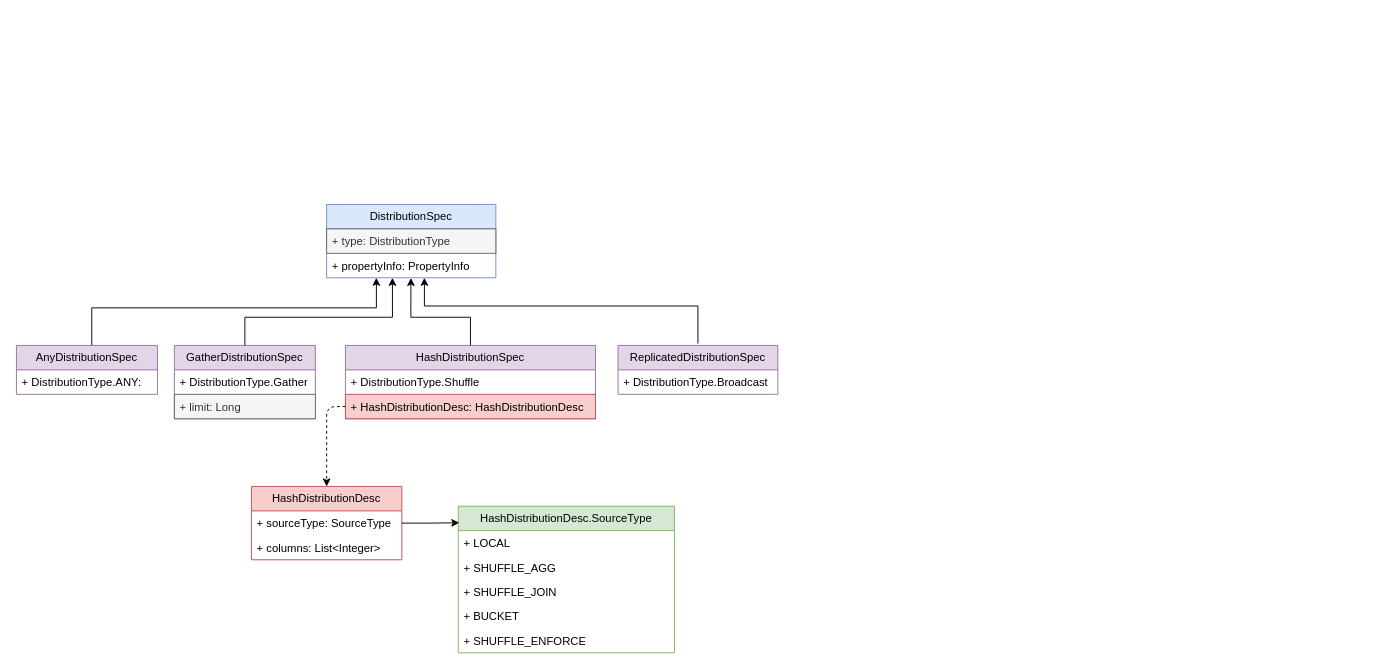
szza/szza.github.io.images keeps this draw.io diagram as StarRocks/CBO/DistributionSpec.drawio. Above is the earlier version. Source tidied: cells renumbered, new cells numbered last; positions are measured from the earlier drawing's top-left corner, leaving out a move shared by most shapes. Both pictures are drawn from the tidied source at 94%, with x=0, y=0 at pixel (16, 204).
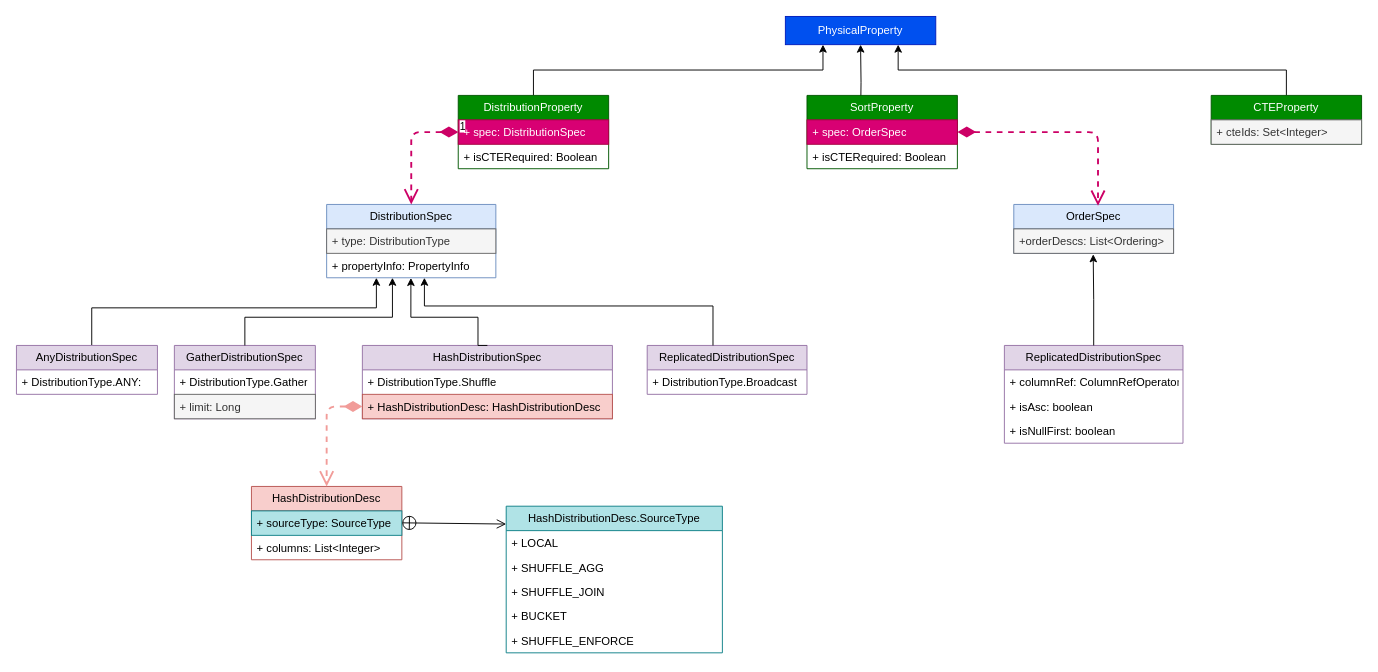
After the change.

The change refers to these unchanged cells:
```xml
<mxCell id="2" value="DistributionSpec" style="swimlane;fontStyle=0;horizontal=1;startSize=26;fillColor=#dae8fc;whiteSpace=wrap;html=1;strokeColor=#6c8ebf;" parent="1" vertex="1">
  <mxGeometry x="330" width="180" height="78" as="geometry" />
</mxCell>
<mxCell id="4" value="+ propertyInfo: PropertyInfo" style="text;strokeColor=none;fillColor=none;align=left;verticalAlign=top;spacingLeft=4;spacingRight=4;overflow=hidden;points=[[0,0.5],[1,0.5]];portConstraint=eastwest;whiteSpace=wrap;html=1;" parent="2" vertex="1">
  <mxGeometry y="52" width="180" height="26" as="geometry" />
</mxCell>
<mxCell id="12" value="+ HashDistributionDesc:&amp;nbsp;HashDistributionDesc" style="text;strokeColor=#b85450;fillColor=#f8cecc;align=left;verticalAlign=top;spacingLeft=4;spacingRight=4;overflow=hidden;points=[[0,0.5],[1,0.5]];portConstraint=eastwest;whiteSpace=wrap;html=1;" parent="10" vertex="1">
  <mxGeometry y="52" width="266" height="26" as="geometry" />
</mxCell>
<mxCell id="19" value="HashDistributionDesc" style="swimlane;fontStyle=0;horizontal=1;startSize=26;fillColor=#f8cecc;whiteSpace=wrap;html=1;strokeColor=#b85450;" parent="1" vertex="1">
  <mxGeometry x="250" y="300" width="160" height="78" as="geometry" />
</mxCell>
```

Change to the diagram source:
```diff
@@
     <mxCell id="10" value="HashDistributionSpec" style="swimlane;fontStyle=0;horizontal=1;startSize=26;fillColor=#e1d5e7;whiteSpace=wrap;html=1;strokeColor=#9673a6;" parent="1" vertex="1">
-      <mxGeometry x="350" y="150" width="266" height="78" as="geometry" />
+      <mxGeometry x="368" y="150" width="266" height="78" as="geometry" />
     </mxCell>
@@
     <mxCell id="13" value="ReplicatedDistributionSpec" style="swimlane;fontStyle=0;horizontal=1;startSize=26;fillColor=#e1d5e7;whiteSpace=wrap;html=1;strokeColor=#9673a6;" parent="1" vertex="1">
-      <mxGeometry x="640" y="150" width="170" height="52" as="geometry" />
+      <mxGeometry x="671" y="150" width="170" height="52" as="geometry" />
     </mxCell>
@@
     <mxCell id="17" style="edgeStyle=orthogonalEdgeStyle;rounded=0;jettySize=auto;html=1;exitX=0.5;exitY=0;exitDx=0;exitDy=0;entryX=0.498;entryY=1.008;entryDx=0;entryDy=0;entryPerimeter=0;" parent="1" edge="1" source="10" target="4">
       <mxGeometry relative="1" as="geometry">
         <Array as="points">
-          <mxPoint x="483" y="120" />
+          <mxPoint x="491" y="150" />
+          <mxPoint x="491" y="120" />
           <mxPoint x="420" y="120" />
         </Array>
       </mxGeometry>
     </mxCell>
-    <mxCell id="18" style="edgeStyle=orthogonalEdgeStyle;rounded=0;orthogonalLoop=1;jettySize=auto;html=1;exitX=0.5;exitY=0;exitDx=0;exitDy=0;" parent="1" edge="1">
+    <mxCell id="18" style="edgeStyle=orthogonalEdgeStyle;rounded=0;jettySize=auto;html=1;" parent="1" edge="1" source="13">
       <mxGeometry relative="1" as="geometry">
-        <mxPoint x="725" y="148" as="sourcePoint" />
         <mxPoint x="434" y="78" as="targetPoint" />
         <Array as="points">
-          <mxPoint x="725" y="108" />
+          <mxPoint x="741" y="108" />
           <mxPoint x="434" y="108" />
         </Array>
       </mxGeometry>
     </mxCell>
@@
-    <mxCell id="20" value="+ sourceType: SourceType" style="text;strokeColor=none;fillColor=none;align=left;verticalAlign=top;spacingLeft=4;spacingRight=4;overflow=hidden;points=[[0,0.5],[1,0.5]];portConstraint=eastwest;whiteSpace=wrap;html=1;" parent="19" vertex="1">
+    <mxCell id="20" value="+ sourceType: SourceType" style="text;strokeColor=#0e8088;fillColor=#b0e3e6;align=left;verticalAlign=top;spacingLeft=4;spacingRight=4;overflow=hidden;points=[[0,0.5],[1,0.5]];portConstraint=eastwest;whiteSpace=wrap;html=1;" parent="19" vertex="1">
       <mxGeometry y="26" width="160" height="26" as="geometry" />
     </mxCell>
@@
-    <mxCell id="22" value="HashDistributionDesc.SourceType" style="swimlane;fontStyle=0;horizontal=1;startSize=26;fillColor=#d5e8d4;whiteSpace=wrap;html=1;strokeColor=#82b366;" parent="1" vertex="1">
-      <mxGeometry x="470" y="321" width="230" height="156" as="geometry" />
+    <mxCell id="22" value="HashDistributionDesc.SourceType" style="swimlane;fontStyle=0;horizontal=1;startSize=26;fillColor=#b0e3e6;whiteSpace=wrap;html=1;strokeColor=#0e8088;" parent="1" vertex="1">
+      <mxGeometry x="521" y="321" width="230" height="156" as="geometry" />
     </mxCell>
@@
-    <mxCell id="28" style="edgeStyle=orthogonalEdgeStyle;rounded=1;jettySize=auto;html=1;exitX=0;exitY=0.5;exitDx=0;exitDy=0;entryX=0.5;entryY=0;entryDx=0;entryDy=0;dashed=1;" parent="1" edge="1" source="12" target="19">
-      <mxGeometry relative="1" as="geometry" />
-    </mxCell>
-    <mxCell id="29" style="edgeStyle=orthogonalEdgeStyle;rounded=0;jettySize=auto;html=1;exitX=1;exitY=0.5;exitDx=0;exitDy=0;entryX=0.005;entryY=0.113;entryDx=0;entryDy=0;entryPerimeter=0;" parent="1" edge="1" source="20" target="22">
-      <mxGeometry relative="1" as="geometry" />
-    </mxCell>
+    <mxCell id="30" style="edgeStyle=orthogonalEdgeStyle;rounded=0;jettySize=auto;html=1;exitX=0.5;exitY=0;exitDx=0;exitDy=0;entryX=0.25;entryY=1;entryDx=0;entryDy=0;" parent="1" edge="1" source="31" target="34">
+      <mxGeometry relative="1" as="geometry" />
+    </mxCell>
+    <mxCell id="31" value="DistributionProperty" style="swimlane;fontStyle=0;horizontal=1;startSize=26;fillColor=#008a00;whiteSpace=wrap;html=1;strokeColor=#005700;fontColor=#ffffff;" parent="1" vertex="1">
+      <mxGeometry x="470" y="-116" width="160" height="78" as="geometry" />
+    </mxCell>
+    <mxCell id="32" value="+&amp;nbsp;spec&lt;span style=&quot;background-color: initial;&quot;&gt;:&amp;nbsp;&lt;/span&gt;DistributionSpec" style="text;strokeColor=#A50040;fillColor=#d80073;align=left;verticalAlign=top;spacingLeft=4;spacingRight=4;overflow=hidden;points=[[0,0.5],[1,0.5]];portConstraint=eastwest;whiteSpace=wrap;html=1;fontColor=#ffffff;" parent="31" vertex="1">
+      <mxGeometry y="26" width="160" height="26" as="geometry" />
+    </mxCell>
+    <mxCell id="33" value="+&amp;nbsp;isCTERequired&lt;span style=&quot;background-color: initial;&quot;&gt;: Boolean&lt;/span&gt;" style="text;strokeColor=none;fillColor=none;align=left;verticalAlign=top;spacingLeft=4;spacingRight=4;overflow=hidden;whiteSpace=wrap;html=1;" parent="31" vertex="1">
+      <mxGeometry y="52" width="160" height="26" as="geometry" />
+    </mxCell>
+    <mxCell id="34" value="PhysicalProperty" style="html=1;whiteSpace=wrap;fillColor=#0050ef;strokeColor=#001DBC;fontColor=#ffffff;" parent="1" vertex="1">
+      <mxGeometry x="818" y="-200" width="160" height="30" as="geometry" />
+    </mxCell>
+    <mxCell id="35" style="edgeStyle=orthogonalEdgeStyle;rounded=0;jettySize=auto;html=1;exitX=0.5;exitY=0;exitDx=0;exitDy=0;entryX=0.5;entryY=1;entryDx=0;entryDy=0;" parent="1" edge="1" target="34">
+      <mxGeometry relative="1" as="geometry">
+        <mxPoint x="898" y="-90" as="sourcePoint" />
+      </mxGeometry>
+    </mxCell>
+    <mxCell id="36" value="SortProperty" style="swimlane;fontStyle=0;horizontal=1;startSize=26;fillColor=#008a00;whiteSpace=wrap;html=1;strokeColor=#005700;fontColor=#ffffff;" parent="1" vertex="1">
+      <mxGeometry x="841" y="-116" width="160" height="78" as="geometry" />
+    </mxCell>
+    <mxCell id="37" value="+&amp;nbsp;spec&lt;span style=&quot;background-color: initial;&quot;&gt;: OrderSpec&lt;/span&gt;" style="text;strokeColor=#A50040;fillColor=#d80073;align=left;verticalAlign=top;spacingLeft=4;spacingRight=4;overflow=hidden;whiteSpace=wrap;html=1;fontColor=#ffffff;" parent="36" vertex="1">
+      <mxGeometry y="26" width="160" height="26" as="geometry" />
+    </mxCell>
+    <mxCell id="38" value="+&amp;nbsp;isCTERequired&lt;span style=&quot;background-color: initial;&quot;&gt;: Boolean&lt;/span&gt;" style="text;strokeColor=none;fillColor=none;align=left;verticalAlign=top;spacingLeft=4;spacingRight=4;overflow=hidden;whiteSpace=wrap;html=1;" parent="36" vertex="1">
+      <mxGeometry y="52" width="160" height="26" as="geometry" />
+    </mxCell>
+    <mxCell id="39" style="edgeStyle=orthogonalEdgeStyle;rounded=0;jettySize=auto;html=1;exitX=0.5;exitY=0;exitDx=0;exitDy=0;entryX=0.75;entryY=1;entryDx=0;entryDy=0;" parent="1" edge="1" source="40" target="34">
+      <mxGeometry relative="1" as="geometry" />
+    </mxCell>
+    <mxCell id="40" value="CTEProperty" style="swimlane;fontStyle=0;horizontal=1;startSize=26;fillColor=#008a00;whiteSpace=wrap;html=1;strokeColor=#005700;fontColor=#ffffff;" parent="1" vertex="1">
+      <mxGeometry x="1271" y="-116" width="160" height="52" as="geometry" />
+    </mxCell>
+    <mxCell id="41" value="+&amp;nbsp;cteIds&lt;span style=&quot;background-color: initial;&quot;&gt;: Set&amp;lt;&lt;/span&gt;Integer&amp;gt;" style="text;strokeColor=#666666;fillColor=#f5f5f5;align=left;verticalAlign=top;spacingLeft=4;spacingRight=4;overflow=hidden;whiteSpace=wrap;html=1;fontColor=#333333;" parent="40" vertex="1">
+      <mxGeometry y="26" width="160" height="26" as="geometry" />
+    </mxCell>
+    <mxCell id="42" style="endArrow=open;html=1;endSize=12;startArrow=diamondThin;startSize=14;startFill=1;edgeStyle=orthogonalEdgeStyle;align=left;verticalAlign=bottom;rounded=1;exitX=0;exitY=0.5;exitDx=0;exitDy=0;dashed=1;strokeColor=#F19C99;strokeWidth=2;" parent="1" edge="1" source="12">
+      <mxGeometry x="-1" y="3" relative="1" as="geometry">
+        <mxPoint x="330" y="300" as="targetPoint" />
+        <Array as="points">
+          <mxPoint x="330" y="215" />
+        </Array>
+      </mxGeometry>
+    </mxCell>
+    <mxCell id="43" value="OrderSpec" style="swimlane;fontStyle=0;horizontal=1;startSize=26;fillColor=#dae8fc;whiteSpace=wrap;html=1;strokeColor=#6c8ebf;" parent="1" vertex="1">
+      <mxGeometry x="1061" width="170" height="52" as="geometry" />
+    </mxCell>
+    <mxCell id="44" value="+orderDescs: List&amp;lt;Ordering&amp;gt;" style="text;strokeColor=#666666;fillColor=#f5f5f5;align=left;verticalAlign=top;spacingLeft=4;spacingRight=4;overflow=hidden;points=[[0,0.5],[1,0.5]];portConstraint=eastwest;whiteSpace=wrap;html=1;fontColor=#333333;" parent="43" vertex="1">
+      <mxGeometry y="26" width="170" height="26" as="geometry" />
+    </mxCell>
+    <mxCell id="45" value="ReplicatedDistributionSpec" style="swimlane;fontStyle=0;horizontal=1;startSize=26;fillColor=#e1d5e7;whiteSpace=wrap;html=1;strokeColor=#9673a6;" parent="1" vertex="1">
+      <mxGeometry x="1051" y="150" width="190" height="104" as="geometry" />
+    </mxCell>
+    <mxCell id="46" value="+&amp;nbsp;columnRef:&amp;nbsp;ColumnRefOperator" style="text;strokeColor=none;fillColor=none;align=left;verticalAlign=top;spacingLeft=4;spacingRight=4;overflow=hidden;whiteSpace=wrap;html=1;" parent="45" vertex="1">
+      <mxGeometry y="26" width="190" height="26" as="geometry" />
+    </mxCell>
+    <mxCell id="47" value="+&amp;nbsp;isAsc&lt;span style=&quot;background-color: initial;&quot;&gt;:&amp;nbsp;&lt;/span&gt;boolean" style="text;strokeColor=none;fillColor=none;align=left;verticalAlign=top;spacingLeft=4;spacingRight=4;overflow=hidden;whiteSpace=wrap;html=1;" parent="45" vertex="1">
+      <mxGeometry y="52" width="190" height="26" as="geometry" />
+    </mxCell>
+    <mxCell id="48" value="+&amp;nbsp;isNullFirst&lt;span style=&quot;background-color: initial;&quot;&gt;:&amp;nbsp;&lt;/span&gt;boolean" style="text;strokeColor=none;fillColor=none;align=left;verticalAlign=top;spacingLeft=4;spacingRight=4;overflow=hidden;whiteSpace=wrap;html=1;" parent="45" vertex="1">
+      <mxGeometry y="78" width="190" height="26" as="geometry" />
+    </mxCell>
+    <mxCell id="49" style="edgeStyle=orthogonalEdgeStyle;rounded=0;jettySize=auto;html=1;exitX=0.5;exitY=0;exitDx=0;exitDy=0;entryX=0.497;entryY=1.04;entryDx=0;entryDy=0;entryPerimeter=0;" parent="1" edge="1" source="45" target="44">
+      <mxGeometry relative="1" as="geometry" />
+    </mxCell>
+    <mxCell id="50" style="endArrow=open;html=1;endSize=12;startArrow=diamondThin;startSize=14;startFill=1;edgeStyle=orthogonalEdgeStyle;align=left;verticalAlign=bottom;rounded=1;entryX=0.527;entryY=0.027;entryDx=0;entryDy=0;entryPerimeter=0;dashed=1;exitX=1;exitY=0.5;exitDx=0;exitDy=0;strokeWidth=2;strokeColor=#CC0066;" parent="1" edge="1" source="36" target="43">
+      <mxGeometry x="-1" y="3" relative="1" as="geometry" />
+    </mxCell>
+    <mxCell id="51" value="1" style="endArrow=open;html=1;endSize=12;startArrow=diamondThin;startSize=14;startFill=1;edgeStyle=orthogonalEdgeStyle;align=left;verticalAlign=bottom;rounded=1;entryX=0.5;entryY=0;entryDx=0;entryDy=0;dashed=1;strokeWidth=2;strokeColor=#CC0066;" parent="1" edge="1" source="32" target="2">
+      <mxGeometry x="-1" y="3" relative="1" as="geometry" />
+    </mxCell>
+    <mxCell id="52" style="endArrow=open;startArrow=circlePlus;endFill=0;startFill=0;endSize=8;html=1;rounded=0;" parent="1" edge="1">
+      <mxGeometry relative="1" as="geometry">
+        <mxPoint x="410" y="338.7" as="sourcePoint" />
+        <mxPoint x="521" y="340" as="targetPoint" />
+      </mxGeometry>
+    </mxCell>
```
